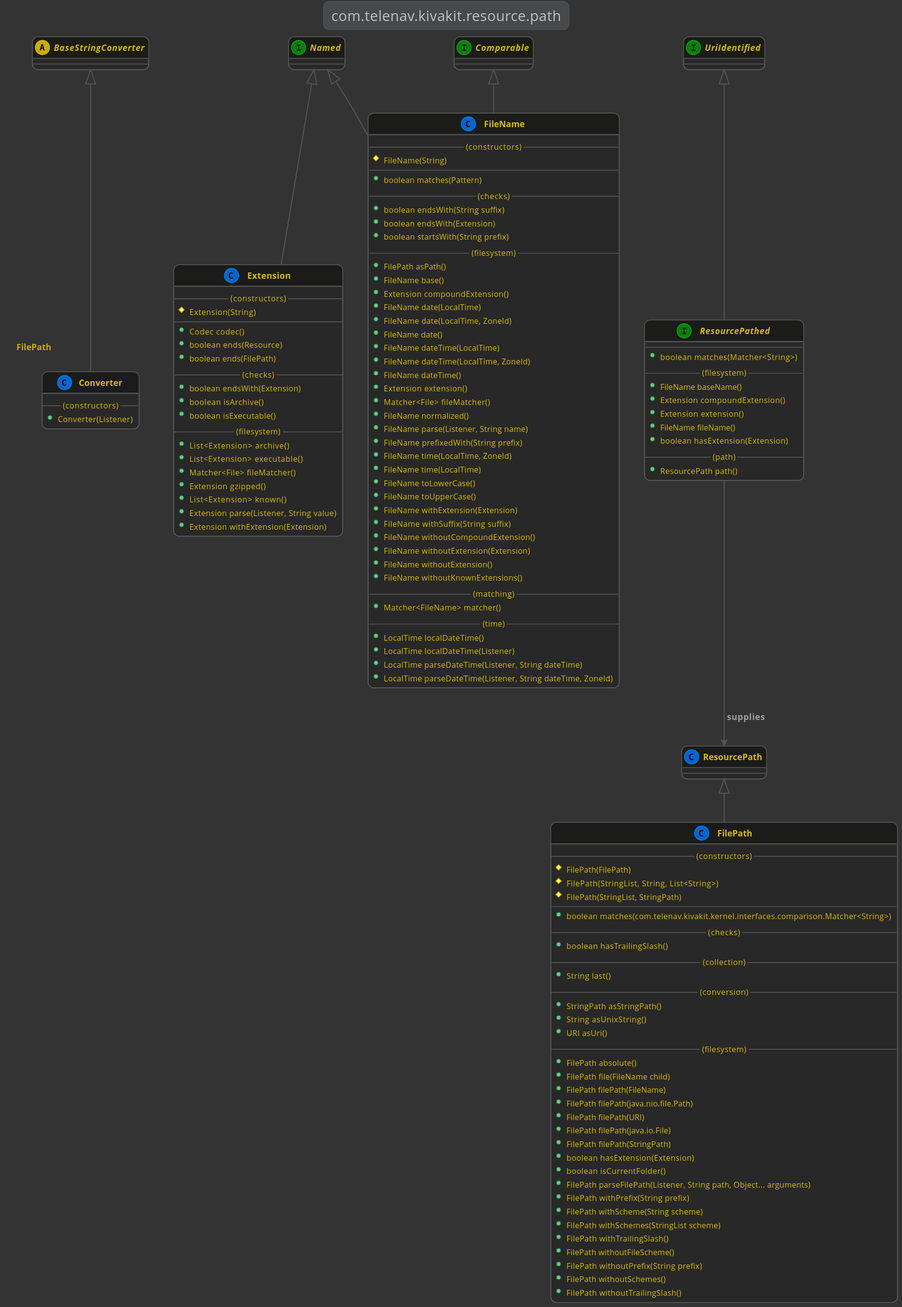
Earlier version of the PlantUML export documentation/lexakai/output/kivakit-resource/documentation/diagrams/com.telenav.kivakit.resource.path.svg (Telenav/cactus). Its diagram source:
```plantuml
@startuml

    !include lexakai.theme

    title "com.telenav.kivakit.resource.path"

    abstract BaseStringConverter

    interface Named
    interface Comparable

    BaseStringConverter <|-- FilePath.Converter
    class FilePath.Converter
    {
        --(constructors)--
        +Converter(Listener)
    }

    Named <|-- Extension
    class Extension
    {
        --(constructors)--
        #Extension(String)
        --
        +Codec codec()
        +boolean ends(Resource)
        +boolean ends(FilePath)
        --(checks)--
        +boolean endsWith(Extension)
        +boolean isArchive()
        +boolean isExecutable()
        --(filesystem)--
        +List<Extension> archive()
        +List<Extension> executable()
        +Matcher<File> fileMatcher()
        +Extension gzipped()
        +List<Extension> known()
        +Extension parse(Listener, String value)
        +Extension withExtension(Extension)
    }

    Named <|-- FileName
    Comparable <|-- FileName
    class FileName
    {
        --(constructors)--
        #FileName(String)
        --
        +boolean matches(Pattern)
        --(checks)--
        +boolean endsWith(String suffix)
        +boolean endsWith(Extension)
        +boolean startsWith(String prefix)
        --(filesystem)--
        +FilePath asPath()
        +FileName base()
        +Extension compoundExtension()
        +FileName date(LocalTime)
        +FileName date(LocalTime, ZoneId)
        +FileName date()
        +FileName dateTime(LocalTime)
        +FileName dateTime(LocalTime, ZoneId)
        +FileName dateTime()
        +Extension extension()
        +Matcher<File> fileMatcher()
        +FileName normalized()
        +FileName parse(Listener, String name)
        +FileName prefixedWith(String prefix)
        +FileName time(LocalTime, ZoneId)
        +FileName time(LocalTime)
        +FileName toLowerCase()
        +FileName toUpperCase()
        +FileName withExtension(Extension)
        +FileName withSuffix(String suffix)
        +FileName withoutCompoundExtension()
        +FileName withoutExtension(Extension)
        +FileName withoutExtension()
        +FileName withoutKnownExtensions()
        --(matching)--
        +Matcher<FileName> matcher()
        --(time)--
        +LocalTime localDateTime()
        +LocalTime localDateTime(Listener)
        +LocalTime parseDateTime(Listener, String dateTime)
        +LocalTime parseDateTime(Listener, String dateTime, ZoneId)
    }

    ResourcePath <|-- FilePath
    class FilePath
    {
        --(constructors)--
        #FilePath(FilePath)
        #FilePath(StringList, String, List<String>)
        #FilePath(StringList, StringPath)
        --
        +boolean matches(com.telenav.kivakit.kernel.interfaces.comparison.Matcher<String>)
        --(checks)--
        +boolean hasTrailingSlash()
        --(collection)--
        +String last()
        --(conversion)--
        +StringPath asStringPath()
        +String asUnixString()
        +URI asUri()
        --(filesystem)--
        +FilePath absolute()
        +FilePath file(FileName child)
        +FilePath filePath(FileName)
        +FilePath filePath(java.nio.file.Path)
        +FilePath filePath(URI)
        +FilePath filePath(java.io.File)
        +FilePath filePath(StringPath)
        +boolean hasExtension(Extension)
        +boolean isCurrentFolder()
        +FilePath parseFilePath(Listener, String path, Object... arguments)
        +FilePath withPrefix(String prefix)
        +FilePath withScheme(String scheme)
        +FilePath withSchemes(StringList scheme)
        +FilePath withTrailingSlash()
        +FilePath withoutFileScheme()
        +FilePath withoutPrefix(String prefix)
        +FilePath withoutSchemes()
        +FilePath withoutTrailingSlash()
    }

    interface UriIdentified
    UriIdentified <|-- ResourcePathed
    ResourcePathed --> ResourcePath : "supplies"
    interface ResourcePathed
    {
        --
        +boolean matches(Matcher<String>)
        --(filesystem)--
        +FileName baseName()
        +Extension compoundExtension()
        +Extension extension()
        +FileName fileName()
        +boolean hasExtension(Extension)
        --(path)--
        +ResourcePath path()
    }

@enduml
```
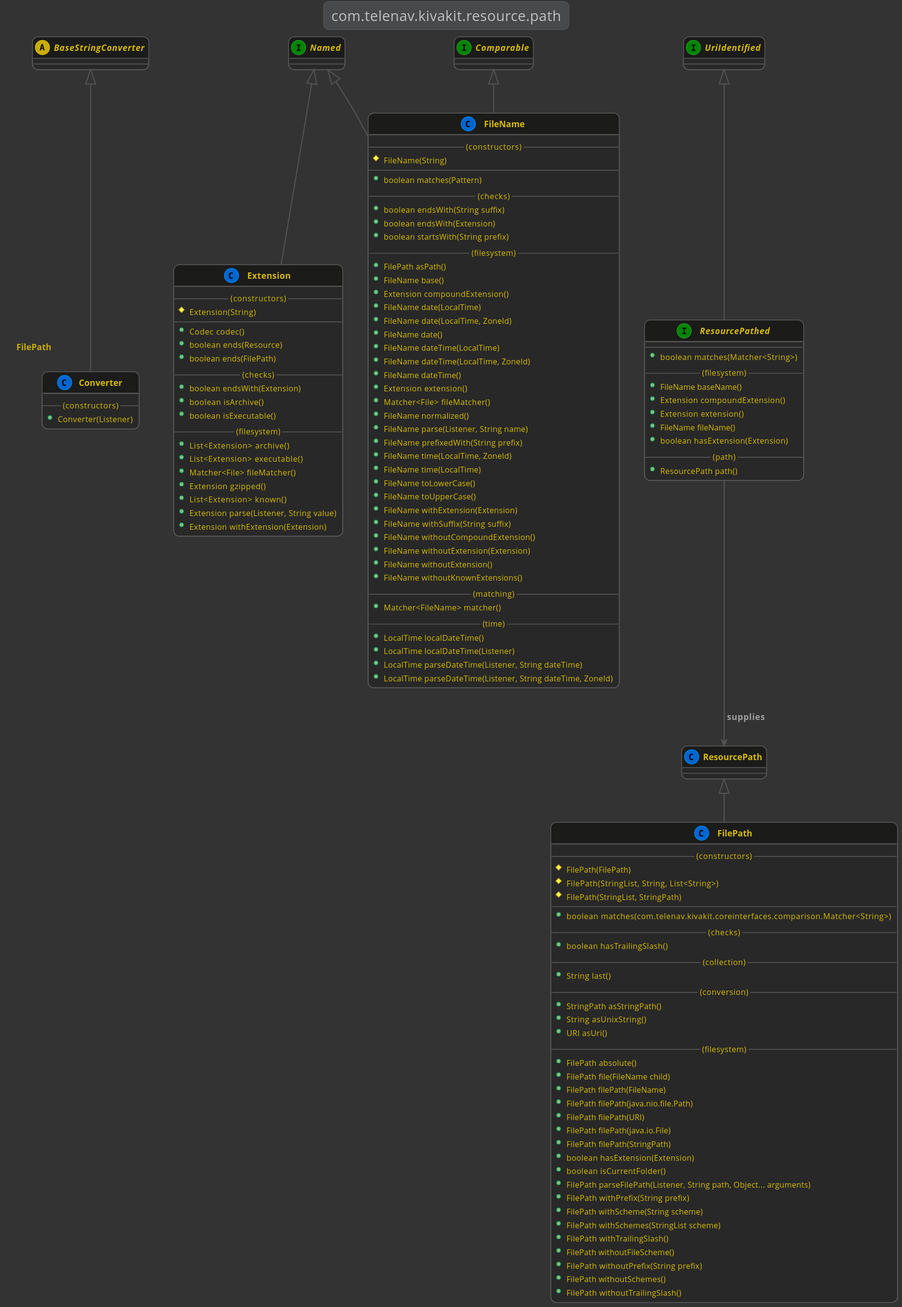
Above is the later version.

Change to the diagram source:
```diff
@@ -93,7 +93,7 @@
         #FilePath(StringList, String, List<String>)
         #FilePath(StringList, StringPath)
         --
-        +boolean matches(com.telenav.kivakit.kernel.interfaces.comparison.Matcher<String>)
+        +boolean matches(com.telenav.kivakit.coreinterfaces.comparison.Matcher<String>)
         --(checks)--
         +boolean hasTrailingSlash()
         --(collection)--
```
